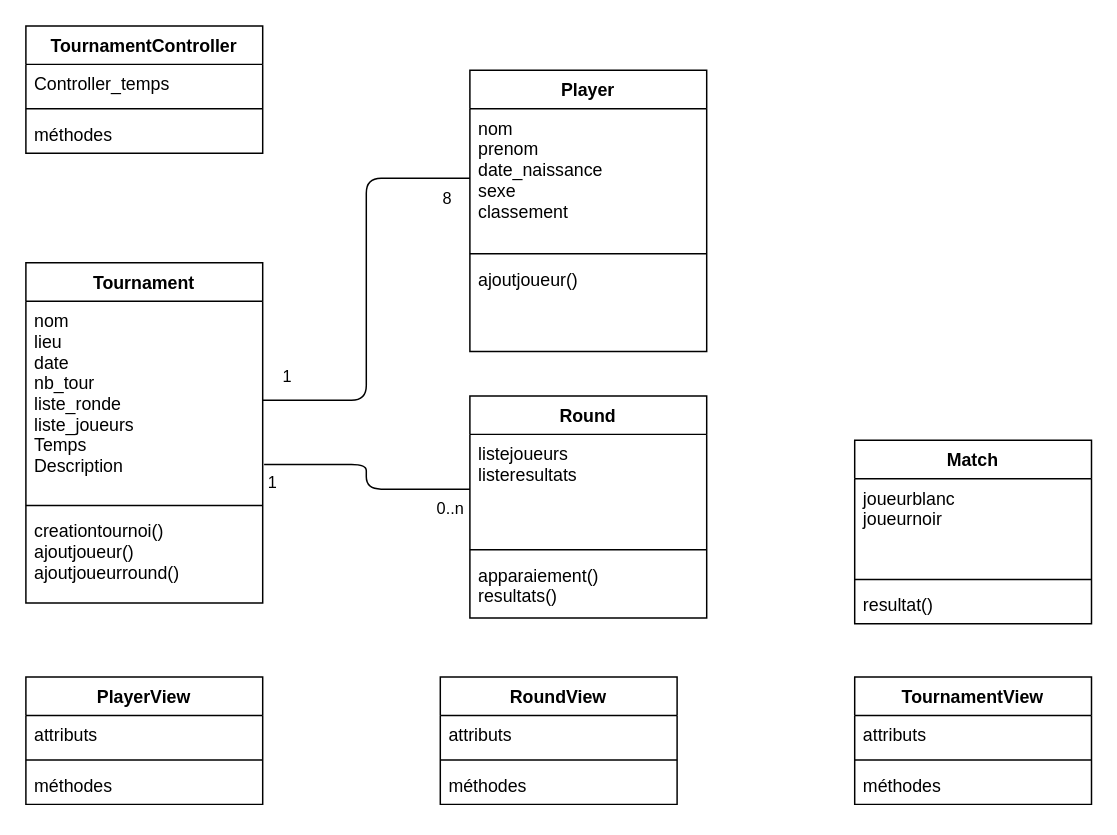
Earlier version of the draw.io diagram diag_class.drawio (seah78/P4). Source tidied: cells renumbered, new cells numbered last; positions are measured from the earlier drawing's top-left corner, leaving out a move shared by most shapes. Both pictures are drawn from the tidied source at 148%, with x=0, y=0 at pixel (25, 25).
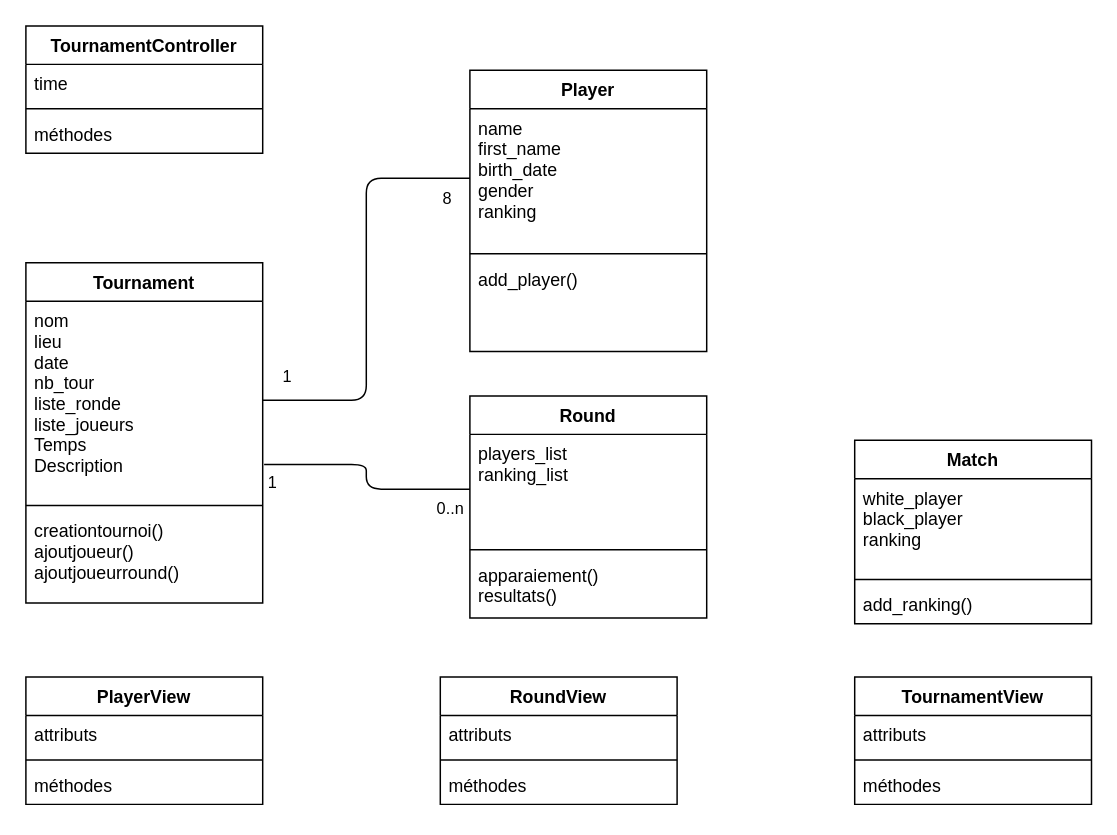
Above is the later version.

Unchanged cells that the change refers to:
```xml
<mxCell id="2" value="TournamentController" style="swimlane;fontStyle=1;align=center;verticalAlign=top;horizontal=1;startSize=26;" parent="1" vertex="1">
  <mxGeometry width="160" height="86" as="geometry" />
</mxCell>
<mxCell id="6" value="Round" style="swimlane;fontStyle=1;align=center;verticalAlign=top;horizontal=1;startSize=26;" parent="1" vertex="1">
  <mxGeometry x="300" y="250" width="160" height="150" as="geometry" />
</mxCell>
<mxCell id="10" value="Player" style="swimlane;fontStyle=1;align=center;verticalAlign=top;horizontal=1;startSize=26;" parent="1" vertex="1">
  <mxGeometry x="300" y="30" width="160" height="190" as="geometry" />
</mxCell>
<mxCell id="14" value="Match" style="swimlane;fontStyle=1;align=center;verticalAlign=top;horizontal=1;startSize=26;" parent="1" vertex="1">
  <mxGeometry x="560" y="280" width="160" height="124" as="geometry" />
</mxCell>
```

The edit, as a diff of the source:
```diff
@@
-    <mxCell id="3" value="Controller_temps" style="text;strokeColor=none;fillColor=none;align=left;verticalAlign=top;spacingLeft=4;spacingRight=4;overflow=hidden;" parent="2" vertex="1">
+    <mxCell id="3" value="time" style="text;strokeColor=none;fillColor=none;align=left;verticalAlign=top;spacingLeft=4;spacingRight=4;overflow=hidden;" parent="2" vertex="1">
       <mxGeometry y="26" width="160" height="26" as="geometry" />
     </mxCell>
@@
-    <mxCell id="7" value="listejoueurs&#10;listeresultats" style="text;strokeColor=none;fillColor=none;align=left;verticalAlign=top;spacingLeft=4;spacingRight=4;overflow=hidden;points=[[0,0.5],[1,0.5]];portConstraint=eastwest;" parent="6" vertex="1">
+    <mxCell id="7" value="players_list&#10;ranking_list" style="text;strokeColor=none;fillColor=none;align=left;verticalAlign=top;spacingLeft=4;spacingRight=4;overflow=hidden;points=[[0,0.5],[1,0.5]];portConstraint=eastwest;" parent="6" vertex="1">
       <mxGeometry y="26" width="160" height="74" as="geometry" />
     </mxCell>
@@
-    <mxCell id="11" value="nom&#10;prenom&#10;date_naissance&#10;sexe&#10;classement" style="text;strokeColor=none;fillColor=none;align=left;verticalAlign=top;spacingLeft=4;spacingRight=4;overflow=hidden;points=[[0,0.5],[1,0.5]];portConstraint=eastwest;" parent="10" vertex="1">
+    <mxCell id="11" value="name&#10;first_name&#10;birth_date&#10;gender&#10;ranking" style="text;strokeColor=none;fillColor=none;align=left;verticalAlign=top;spacingLeft=4;spacingRight=4;overflow=hidden;points=[[0,0.5],[1,0.5]];portConstraint=eastwest;" parent="10" vertex="1">
       <mxGeometry y="26" width="160" height="94" as="geometry" />
     </mxCell>
@@
-    <mxCell id="13" value="ajoutjoueur()&#10;" style="text;strokeColor=none;fillColor=none;align=left;verticalAlign=top;spacingLeft=4;spacingRight=4;overflow=hidden;" parent="10" vertex="1">
+    <mxCell id="13" value="add_player()&#10;" style="text;strokeColor=none;fillColor=none;align=left;verticalAlign=top;spacingLeft=4;spacingRight=4;overflow=hidden;" parent="10" vertex="1">
       <mxGeometry y="128" width="160" height="62" as="geometry" />
     </mxCell>
@@
-    <mxCell id="15" value="joueurblanc&#10;joueurnoir&#10;" style="text;strokeColor=none;fillColor=none;align=left;verticalAlign=top;spacingLeft=4;spacingRight=4;overflow=hidden;" parent="14" vertex="1">
+    <mxCell id="15" value="white_player&#10;black_player&#10;ranking" style="text;strokeColor=none;fillColor=none;align=left;verticalAlign=top;spacingLeft=4;spacingRight=4;overflow=hidden;" parent="14" vertex="1">
       <mxGeometry y="26" width="160" height="64" as="geometry" />
     </mxCell>
@@
-    <mxCell id="17" value="resultat()" style="text;strokeColor=none;fillColor=none;align=left;verticalAlign=top;spacingLeft=4;spacingRight=4;overflow=hidden;" parent="14" vertex="1">
+    <mxCell id="17" value="add_ranking()" style="text;strokeColor=none;fillColor=none;align=left;verticalAlign=top;spacingLeft=4;spacingRight=4;overflow=hidden;" parent="14" vertex="1">
       <mxGeometry y="98" width="160" height="26" as="geometry" />
     </mxCell>
```
